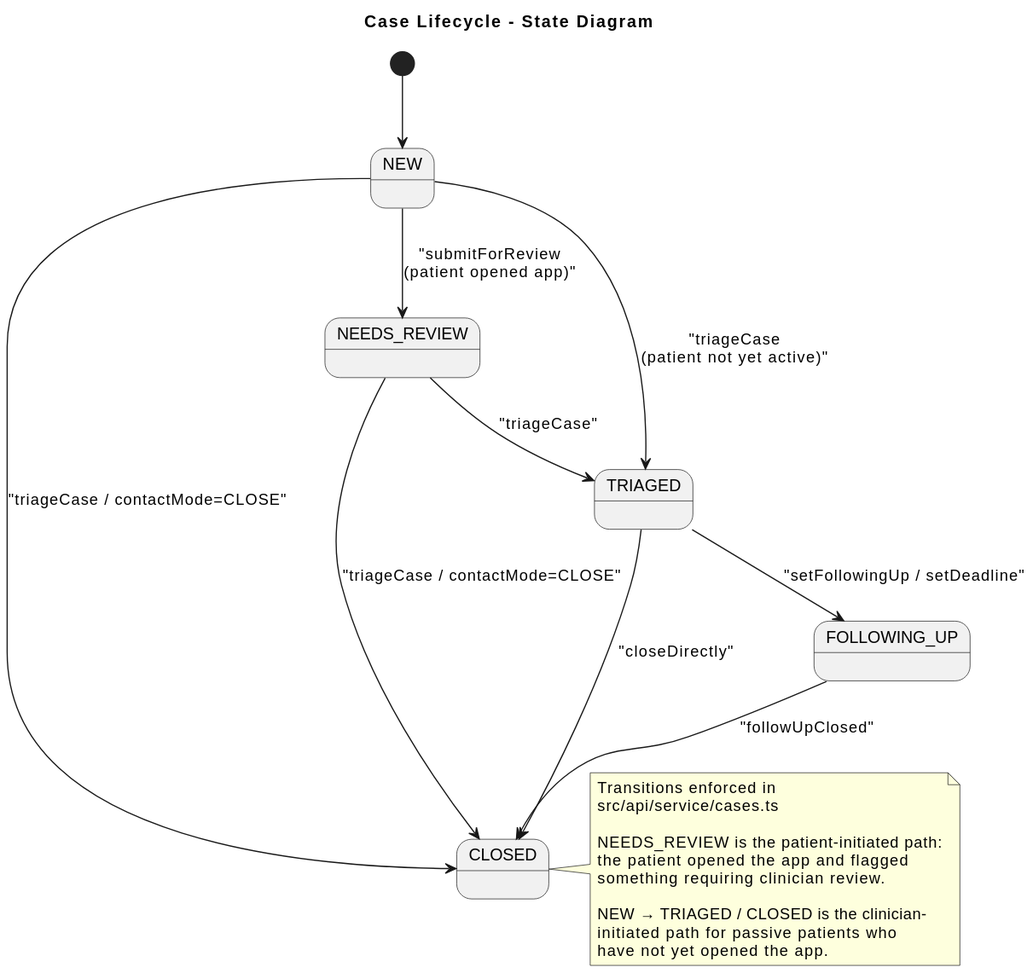
gforge/DUK keeps this PlantUML diagram as docs/diagrams/case-lifecycle.svg. Above is the earlier version.
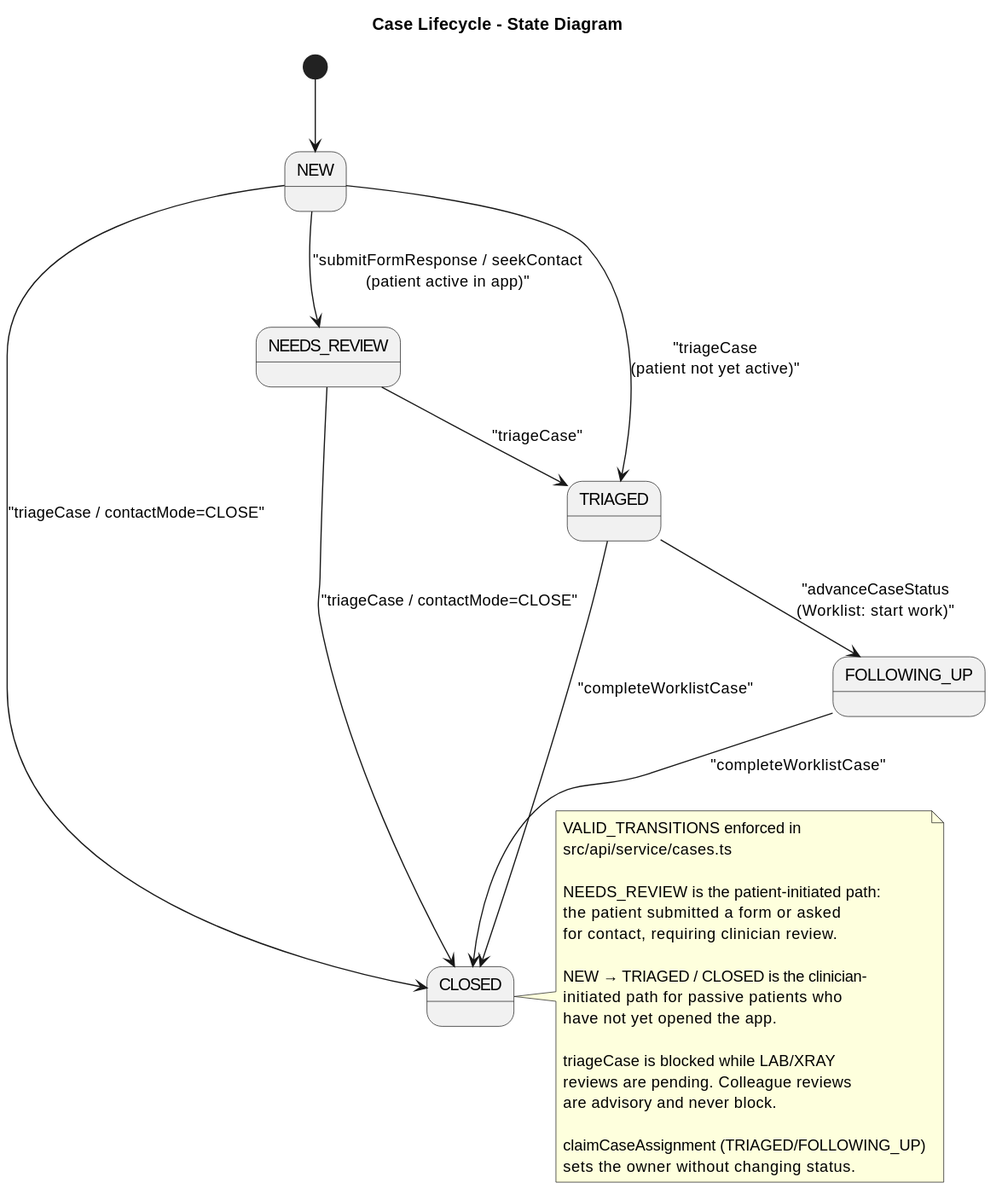
Above is the later version.

Diff of the diagram source:
```diff
@@ -9,25 +9,32 @@
 state CLOSED
 
 [*] --> NEW
-NEW --> NEEDS_REVIEW : "submitForReview\n(patient opened app)"
+NEW --> NEEDS_REVIEW : "submitFormResponse / seekContact\n(patient active in app)"
 NEW --> TRIAGED : "triageCase\n(patient not yet active)"
 NEW --> CLOSED : "triageCase / contactMode=CLOSE"
 NEEDS_REVIEW --> TRIAGED : "triageCase"
 NEEDS_REVIEW --> CLOSED : "triageCase / contactMode=CLOSE"
-TRIAGED --> FOLLOWING_UP : "setFollowingUp / setDeadline"
-TRIAGED --> CLOSED : "closeDirectly"
-FOLLOWING_UP --> CLOSED : "followUpClosed"
+TRIAGED --> FOLLOWING_UP : "advanceCaseStatus\n(Worklist: start work)"
+TRIAGED --> CLOSED : "completeWorklistCase"
+FOLLOWING_UP --> CLOSED : "completeWorklistCase"
 
 note right
-  Transitions enforced in
+  VALID_TRANSITIONS enforced in
   src/api/service/cases.ts
 
   NEEDS_REVIEW is the patient-initiated path:
-  the patient opened the app and flagged
-  something requiring clinician review.
+  the patient submitted a form or asked
+  for contact, requiring clinician review.
 
   NEW → TRIAGED / CLOSED is the clinician-
   initiated path for passive patients who
   have not yet opened the app.
+
+  triageCase is blocked while LAB/XRAY
+  reviews are pending. Colleague reviews
+  are advisory and never block.
+
+  claimCaseAssignment (TRIAGED/FOLLOWING_UP)
+  sets the owner without changing status.
 end note
 @enduml
```
